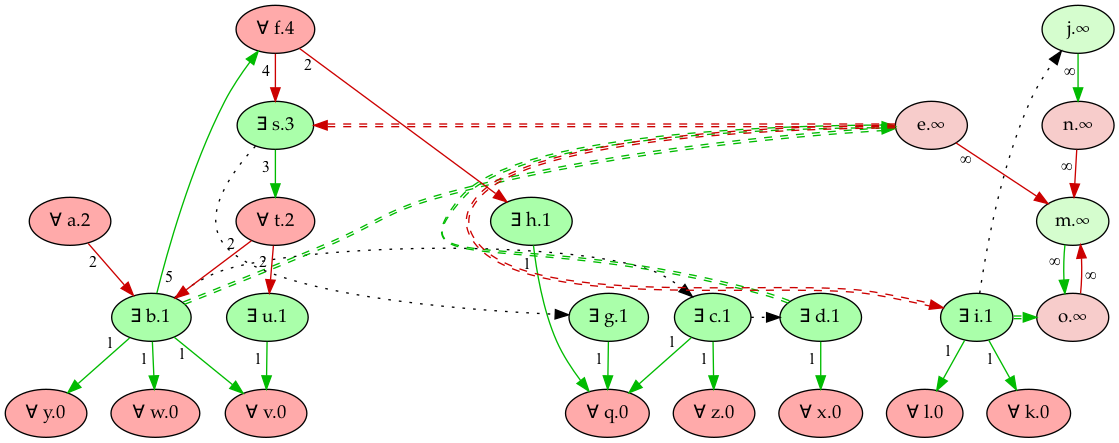
Earlier version of the Graphviz export Refactor/imgs/animal_wm_graph/clean_forward_game_pw_1.png (idaks/Games-and-Argumentation). Its source is kept beside it as Refactor/imgs/animal_wm_graph/clean_forward_game_pw_1.dot.
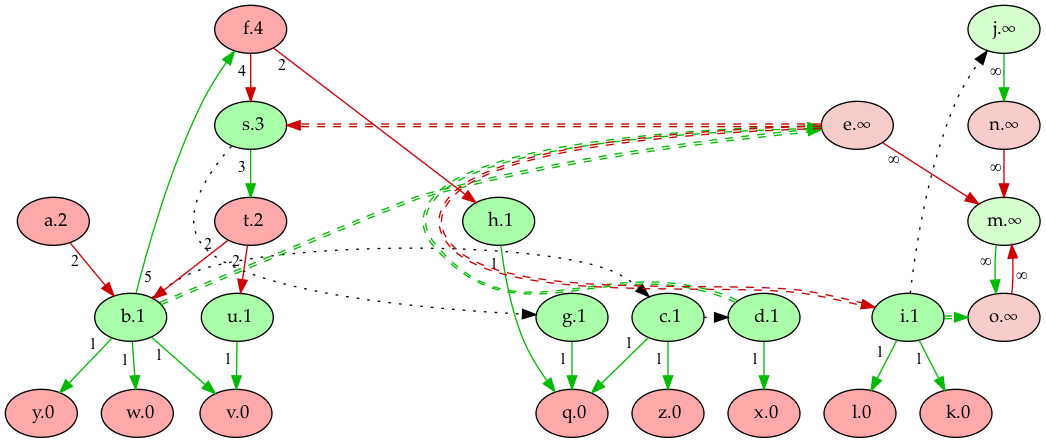
Above is the later version.

The edit, as a diff of the source:
```diff
@@ -2,26 +2,26 @@
     rankdir="TB"
     node [style=filled fontname="Palatino" fontsize=14]
     node [fillcolor="#AAFFAA"]
-    "u" [label="∃ u.1"]
-    "b" [label="∃ b.1"]
-    "c" [label="∃ c.1"]
-    "d" [label="∃ d.1"]
-    "i" [label="∃ i.1"]
-    "g" [label="∃ g.1"]
-    "h" [label="∃ h.1"]
-    "s" [label="∃ s.3"]
+    "u" [label=" u.1"]
+    "b" [label=" b.1"]
+    "c" [label=" c.1"]
+    "d" [label=" d.1"]
+    "i" [label=" i.1"]
+    "g" [label=" g.1"]
+    "h" [label=" h.1"]
+    "s" [label=" s.3"]
     node [fillcolor="#FFAAAA"]
-    "v" [label="∀ v.0"]
-    "z" [label="∀ z.0"]
-    "y" [label="∀ y.0"]
-    "x" [label="∀ x.0"]
-    "w" [label="∀ w.0"]
-    "q" [label="∀ q.0"]
-    "l" [label="∀ l.0"]
-    "k" [label="∀ k.0"]
-    "a" [label="∀ a.2"]
-    "t" [label="∀ t.2"]
-    "f" [label="∀ f.4"]
+    "v" [label=" v.0"]
+    "z" [label=" z.0"]
+    "y" [label=" y.0"]
+    "x" [label=" x.0"]
+    "w" [label=" w.0"]
+    "q" [label=" q.0"]
+    "l" [label=" l.0"]
+    "k" [label=" k.0"]
+    "a" [label=" a.2"]
+    "t" [label=" t.2"]
+    "f" [label=" f.4"]
     node [fillcolor="#d5fdce"]
     "j" [label="j.∞"]
     "m" [label="m.∞"]
```
